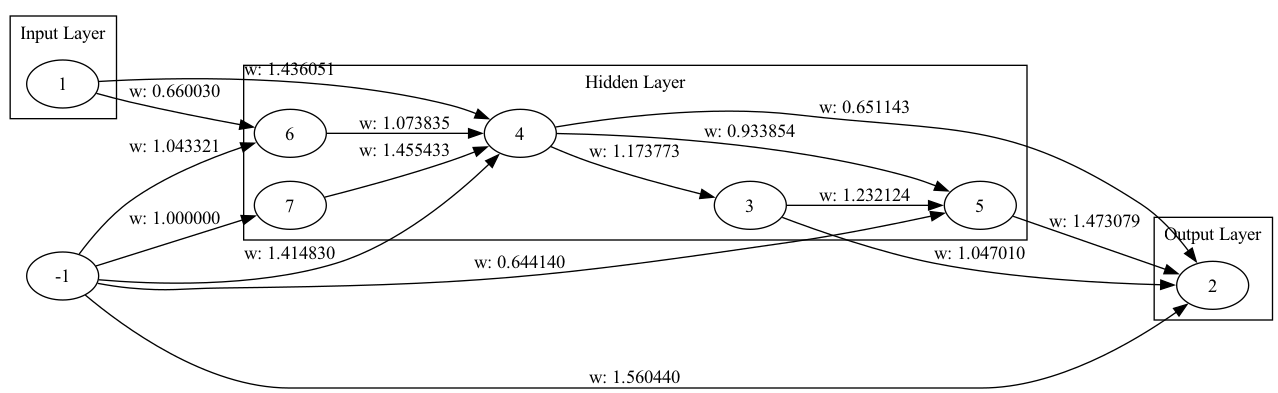
The Graphviz diagram genome_graph.png in malikAkurtz/TradingSystem, before a commit. Its source is kept beside it as genome_graph.dot.
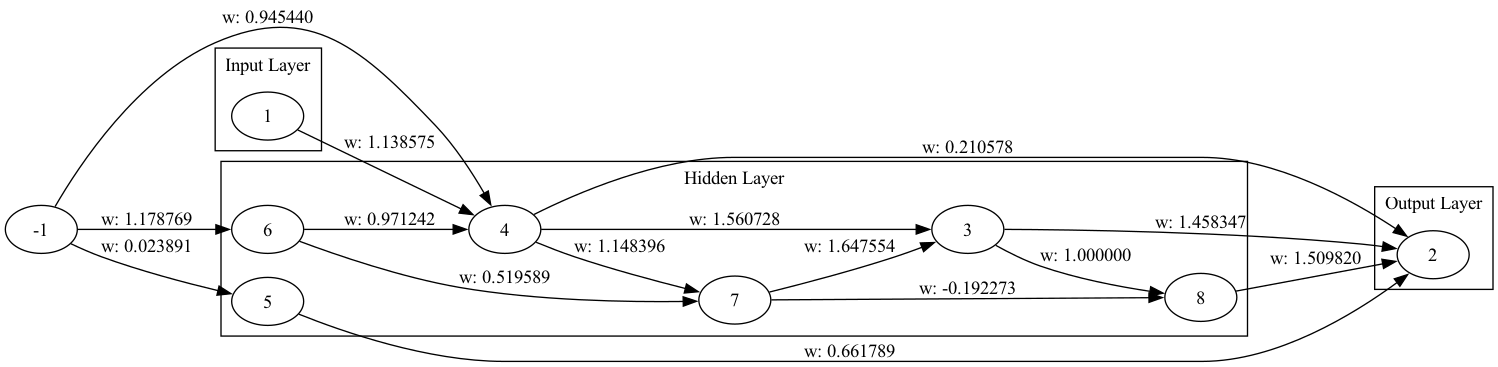
Later version of the same file.

Change to the diagram source:
```diff
@@ -11,24 +11,25 @@
     5;
     6;
     7;
+    8;
   }
   subgraph cluster_2 {
     label="Output Layer";
     2;
   }
-  -1 -> 2 [label="w: 1.560440"];
-  3 -> 2 [label="w: 1.047010"];
-  1 -> 4 [label="w: 1.436051"];
-  4 -> 3 [label="w: 1.173773"];
-  3 -> 5 [label="w: 1.232124"];
-  5 -> 2 [label="w: 1.473079"];
-  -1 -> 4 [label="w: 1.414830"];
-  4 -> 5 [label="w: 0.933854"];
-  -1 -> 5 [label="w: 0.644140"];
-  4 -> 2 [label="w: 0.651143"];
-  1 -> 6 [label="w: 0.660030"];
-  6 -> 4 [label="w: 1.073835"];
-  -1 -> 6 [label="w: 1.043321"];
-  -1 -> 7 [label="w: 1.000000"];
-  7 -> 4 [label="w: 1.455433"];
+  3 -> 2 [label="w: 1.458347"];
+  1 -> 4 [label="w: 1.138575"];
+  4 -> 3 [label="w: 1.560728"];
+  -1 -> 5 [label="w: 0.023891"];
+  5 -> 2 [label="w: 0.661789"];
+  -1 -> 4 [label="w: 0.945440"];
+  -1 -> 6 [label="w: 1.178769"];
+  6 -> 4 [label="w: 0.971242"];
+  4 -> 7 [label="w: 1.148396"];
+  7 -> 3 [label="w: 1.647554"];
+  6 -> 7 [label="w: 0.519589"];
+  4 -> 2 [label="w: 0.210578"];
+  3 -> 8 [label="w: 1.000000"];
+  8 -> 2 [label="w: 1.509820"];
+  7 -> 8 [label="w: -0.192273"];
 }
```
